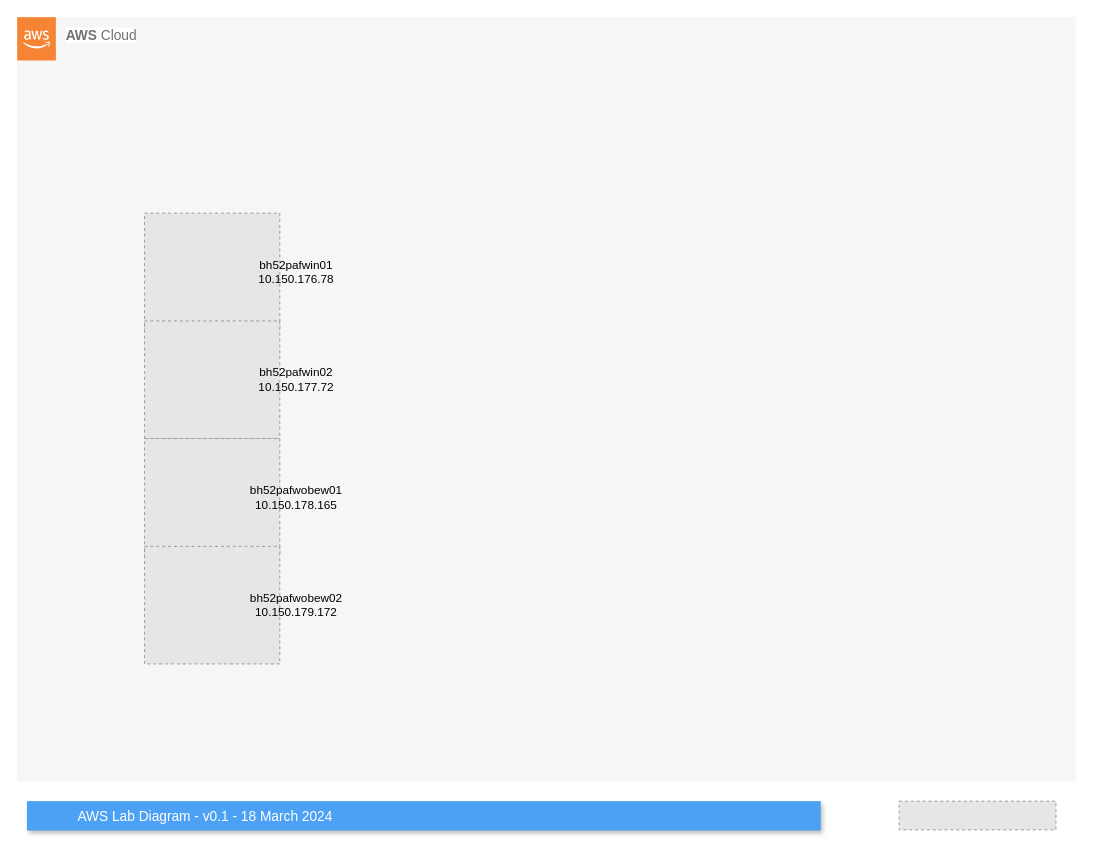
The draw.io diagram page "lab-franklin-aws" (2 of 5) of docs/drawings/lab-diagrams.drawio in devsecfranklin/franklin-resume, before the edit. Source tidied: cells renumbered, new cells numbered last; positions are measured from the earlier drawing's top-left corner, leaving out a move shared by most shapes. Both pictures are drawn from the tidied source at 98%, with x=0, y=0 at pixel (17, 17). Pictures stored in the file or linked from it are replaced by grey dashed boxes.
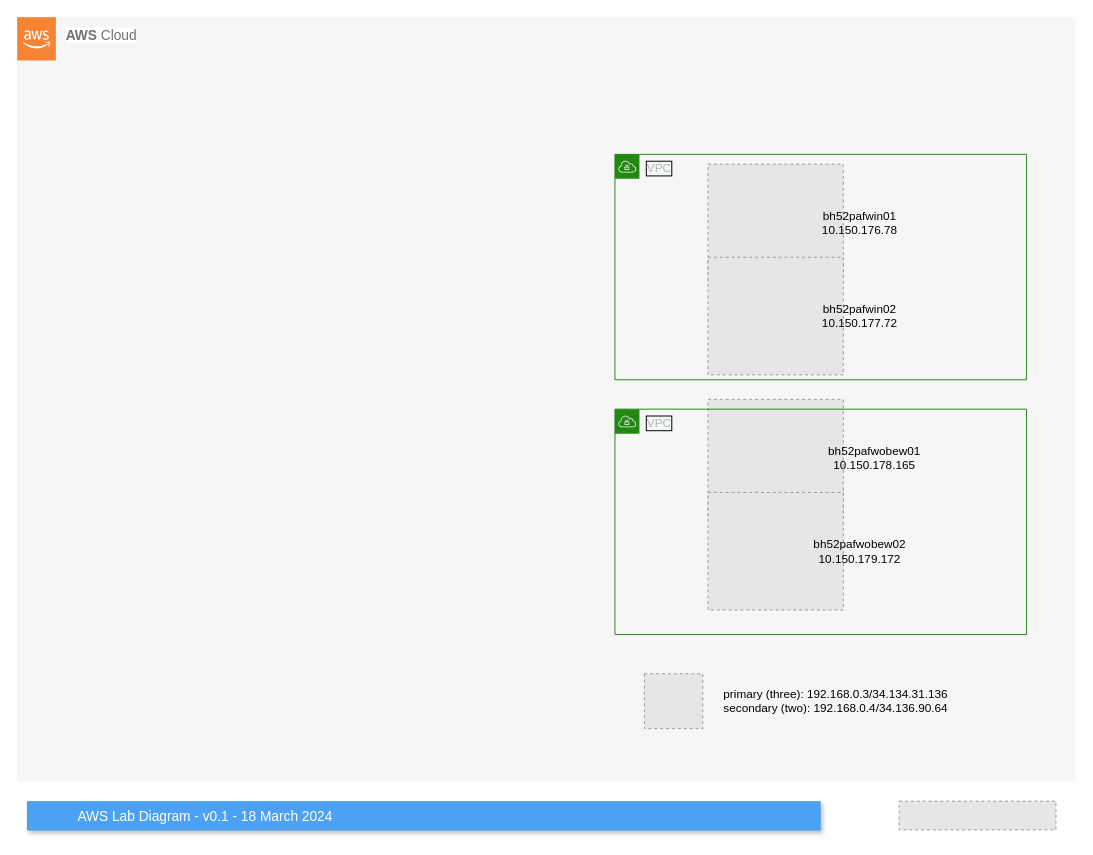
The same page after the edit.

What changed in the source:
```diff
@@
 <mxGraphModel>
   <root>
     <mxCell id="0" />
     <mxCell id="1" parent="0" />
     <mxCell id="2" style="fillColor=#E6E6E6;strokeColor=#999999;dashed=1;" parent="1" vertex="1">
       <mxGeometry x="900" y="800" width="160" height="29.3" as="geometry" />
     </mxCell>
     <mxCell id="3" value="AWS Lab Diagram - v0.1 - 18 March 2024" style="fillColor=#4DA1F5;strokeColor=none;shadow=1;gradientColor=none;fontSize=14;align=left;spacingLeft=50;fontColor=#ffffff;" parent="1" vertex="1">
       <mxGeometry x="10" y="800" width="810" height="30" as="geometry" />
     </mxCell>
     <mxCell id="4" value="&lt;span style=&quot;background-color: rgb(255 , 255 , 255)&quot;&gt;&lt;b style=&quot;color: rgb(113 , 113 , 113) ; font-family: &amp;#34;helvetica&amp;#34; ; font-size: 14px ; font-style: normal ; letter-spacing: normal ; text-align: left ; text-indent: 0px ; text-transform: none ; word-spacing: 0px&quot;&gt;AWS&amp;nbsp;&lt;/b&gt;&lt;span style=&quot;color: rgb(113 , 113 , 113) ; font-family: &amp;#34;helvetica&amp;#34; ; font-size: 14px ; font-style: normal ; font-weight: 400 ; letter-spacing: normal ; text-align: left ; text-indent: 0px ; text-transform: none ; word-spacing: 0px ; display: inline ; float: none&quot;&gt;Cloud&lt;/span&gt;&lt;/span&gt;" style="fillColor=#F6F6F6;strokeColor=none;shadow=0;gradientColor=none;fontSize=14;align=left;spacing=10;fontColor=#717171;9E9E9E;verticalAlign=top;spacingTop=-4;fontStyle=0;spacingLeft=40;html=1;" parent="1" vertex="1">
       <mxGeometry width="1080" height="780" as="geometry" />
     </mxCell>
     <mxCell id="5" style="dashed=0;verticalLabelPosition=bottom;verticalAlign=top;align=center;html=1;shape=mxgraph.aws3.cloud_2;fillColor=#F58534;gradientColor=none;" parent="1" vertex="1">
       <mxGeometry width="39.5" height="44.2" as="geometry" />
     </mxCell>
     <mxCell id="6" parent="0" />
+    <mxCell id="9" style="fillColor=#E6E6E6;strokeColor=#999999;dashed=1;" parent="6" vertex="1">
+      <mxGeometry x="705" y="390" width="138" height="120" as="geometry" />
+    </mxCell>
+    <mxCell id="10" style="fillColor=#E6E6E6;strokeColor=#999999;dashed=1;" parent="6" vertex="1">
+      <mxGeometry x="705" y="485" width="138" height="120" as="geometry" />
+    </mxCell>
+    <mxCell id="13" value="bh52pafwobew01&lt;br&gt;10.150.178.165" style="text;html=1;strokeColor=none;fillColor=none;align=center;verticalAlign=middle;whiteSpace=wrap;rounded=0;" parent="6" vertex="1">
+      <mxGeometry x="800" y="415" width="150" height="70" as="geometry" />
+    </mxCell>
+    <mxCell id="14" value="bh52pafwobew02&lt;br&gt;10.150.179.172" style="text;html=1;strokeColor=none;fillColor=none;align=center;verticalAlign=middle;whiteSpace=wrap;rounded=0;" parent="6" vertex="1">
+      <mxGeometry x="785" y="510" width="150" height="70" as="geometry" />
+    </mxCell>
+    <mxCell id="15" style="fillColor=#E6E6E6;strokeColor=#999999;dashed=1;" parent="6" vertex="1">
+      <mxGeometry x="640" y="670" width="59.6" height="56" as="geometry" />
+    </mxCell>
+    <mxCell id="16" value="primary (three): 192.168.0.3/34.134.31.136&lt;br&gt;secondary (two): 192.168.0.4/34.136.90.64" style="text;html=1;align=center;verticalAlign=middle;fillColor=none;strokeColor=none;rounded=0;" parent="6" vertex="1">
+      <mxGeometry x="710" y="678" width="250" height="40" as="geometry" />
+    </mxCell>
+    <mxCell id="17" value="VPC" style="gradientColor=none;html=1;whiteSpace=wrap;fontSize=12;fontStyle=0;shape=mxgraph.aws4.group;grIcon=mxgraph.aws4.group_vpc;strokeColor=#248814;fillColor=none;verticalAlign=top;align=left;spacingLeft=30;fontColor=#AAB7B8;dashed=0;labelBackgroundColor=none;labelBorderColor=#000000;" parent="6" vertex="1">
+      <mxGeometry x="610" y="140" width="420" height="230" as="geometry" />
+    </mxCell>
     <mxCell id="7" style="fillColor=#E6E6E6;strokeColor=#999999;dashed=1;" parent="6" vertex="1">
-      <mxGeometry x="130" y="200" width="138" height="120" as="geometry" />
+      <mxGeometry x="705" y="150" width="138" height="120" as="geometry" />
     </mxCell>
     <mxCell id="8" style="fillColor=#E6E6E6;strokeColor=#999999;dashed=1;" parent="6" vertex="1">
-      <mxGeometry x="130" y="310" width="138" height="120" as="geometry" />
+      <mxGeometry x="705" y="245" width="138" height="120" as="geometry" />
     </mxCell>
-    <mxCell id="9" style="fillColor=#E6E6E6;strokeColor=#999999;dashed=1;" parent="6" vertex="1">
-      <mxGeometry x="130" y="430" width="138" height="120" as="geometry" />
-    </mxCell>
-    <mxCell id="10" style="fillColor=#E6E6E6;strokeColor=#999999;dashed=1;" parent="6" vertex="1">
-      <mxGeometry x="130" y="540" width="138" height="120" as="geometry" />
-    </mxCell>
     <mxCell id="11" value="bh52pafwin01&lt;br&gt;10.150.176.78" style="text;html=1;strokeColor=none;fillColor=none;align=center;verticalAlign=middle;whiteSpace=wrap;rounded=0;" parent="6" vertex="1">
-      <mxGeometry x="210" y="225" width="150" height="70" as="geometry" />
+      <mxGeometry x="785" y="175" width="150" height="70" as="geometry" />
     </mxCell>
     <mxCell id="12" value="bh52pafwin02&lt;br&gt;10.150.177.72" style="text;html=1;strokeColor=none;fillColor=none;align=center;verticalAlign=middle;whiteSpace=wrap;rounded=0;" parent="6" vertex="1">
-      <mxGeometry x="210" y="335" width="150" height="70" as="geometry" />
+      <mxGeometry x="785" y="270" width="150" height="70" as="geometry" />
     </mxCell>
-    <mxCell id="13" value="bh52pafwobew01&lt;br&gt;10.150.178.165" style="text;html=1;strokeColor=none;fillColor=none;align=center;verticalAlign=middle;whiteSpace=wrap;rounded=0;" parent="6" vertex="1">
-      <mxGeometry x="210" y="455" width="150" height="70" as="geometry" />
-    </mxCell>
-    <mxCell id="14" value="bh52pafwobew02&lt;br&gt;10.150.179.172" style="text;html=1;strokeColor=none;fillColor=none;align=center;verticalAlign=middle;whiteSpace=wrap;rounded=0;" parent="6" vertex="1">
-      <mxGeometry x="210" y="565" width="150" height="70" as="geometry" />
-    </mxCell>
+    <mxCell id="18" value="VPC" style="gradientColor=none;html=1;whiteSpace=wrap;fontSize=12;fontStyle=0;shape=mxgraph.aws4.group;grIcon=mxgraph.aws4.group_vpc;strokeColor=#248814;fillColor=none;verticalAlign=top;align=left;spacingLeft=30;fontColor=#AAB7B8;dashed=0;labelBackgroundColor=none;labelBorderColor=#000000;" parent="6" vertex="1">
+      <mxGeometry x="610" y="400" width="420" height="230" as="geometry" />
+    </mxCell>
   </root>
 </mxGraphModel>
```
